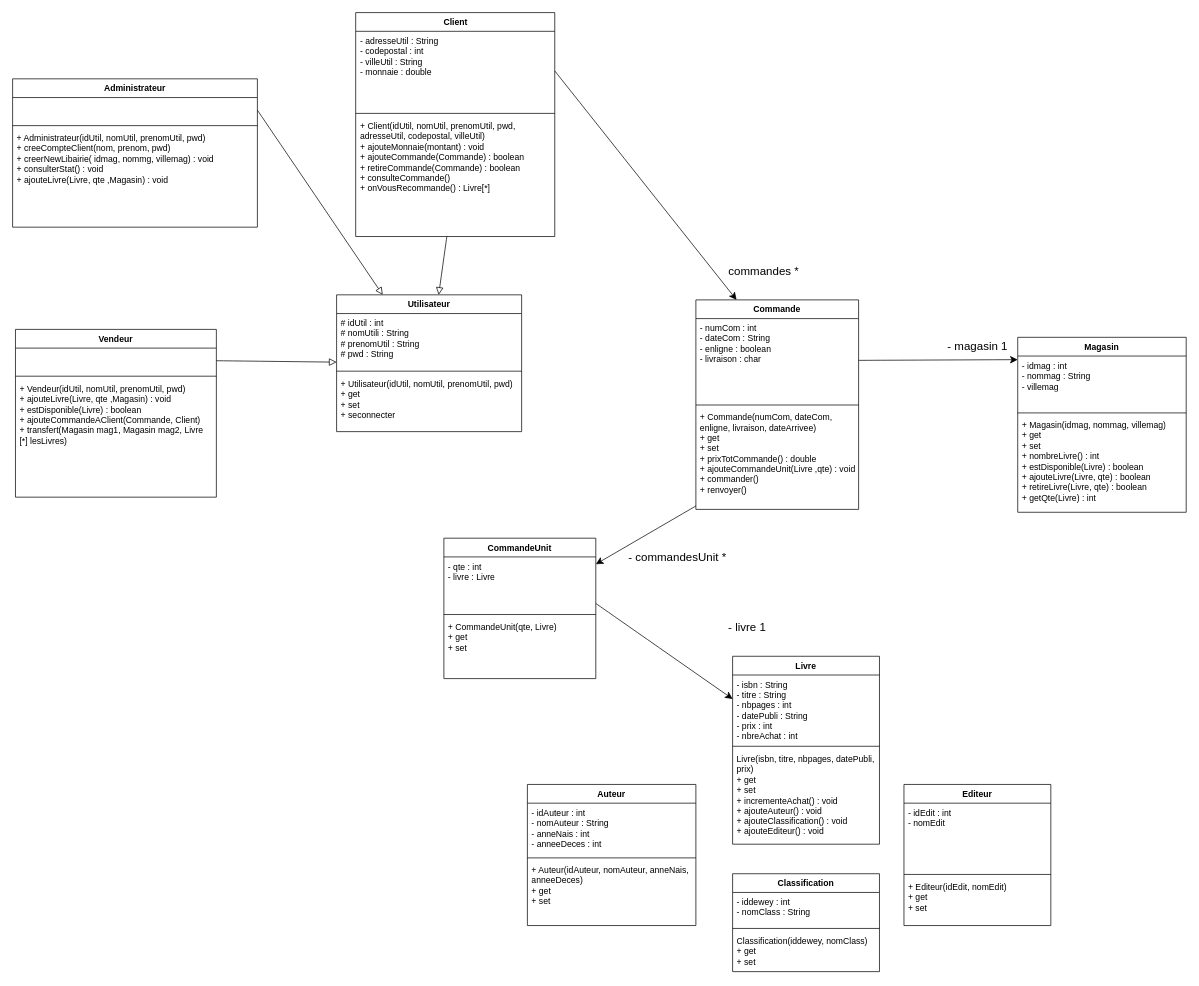
Before: UML.drawio in BastienMonet/SAEjava2.03, a draw.io diagram. Source tidied: cells renumbered, new cells numbered last; positions are measured from the earlier drawing's top-left corner, leaving out a move shared by most shapes. Both pictures are drawn from the tidied source at 72%, with x=0, y=0 at pixel (12, 12).
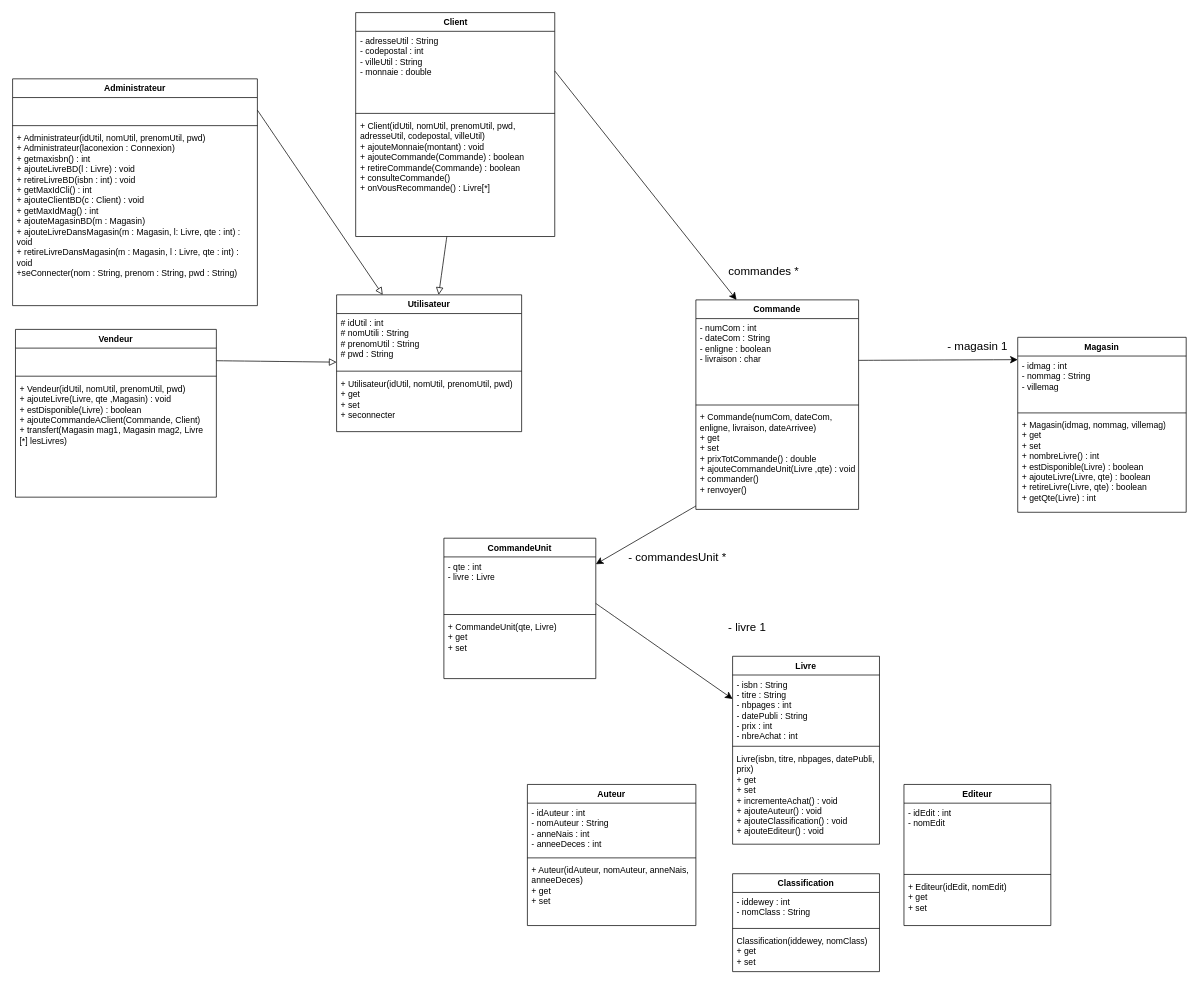
The same page after the edit.

Commit message (it also covers changes not shown here):
ajout de Administrateur dans l'UML

The edit, as a diff of the source:
```diff
@@
     <mxCell id="35" value="Administrateur" style="swimlane;fontStyle=1;align=center;verticalAlign=top;horizontal=1;startSize=26;whiteSpace=wrap;html=1;" parent="1" vertex="1">
-      <mxGeometry y="92" width="340" height="206" as="geometry" />
+      <mxGeometry y="92" width="340" height="315" as="geometry" />
     </mxCell>
@@
-    <mxCell id="38" value="&lt;div&gt;+ Administrateur(idUtil, nomUtil, prenomUtil, pwd)&lt;/div&gt;&lt;div&gt;+ creeCompteClient(nom, prenom, pwd)&lt;/div&gt;&lt;div&gt;+ creerNewLibairie( idmag, nommg, villemag) : void&lt;/div&gt;&lt;div&gt;+ consulterStat() : void&lt;/div&gt;&lt;div&gt;+ ajouteLivre(Livre, qte ,Magasin) : void&lt;/div&gt;" style="text;strokeColor=none;fillColor=none;align=left;verticalAlign=top;spacingLeft=4;spacingRight=4;overflow=hidden;whiteSpace=wrap;html=1;" parent="35" vertex="1">
-      <mxGeometry y="69" width="340" height="137" as="geometry" />
+    <mxCell id="38" value="&lt;div&gt;+ Administrateur(idUtil, nomUtil, prenomUtil, pwd)&lt;/div&gt;&lt;div&gt;+ Administrateur(laconexion : Connexion)&lt;/div&gt;&lt;div&gt;+ getmaxisbn() : int&lt;/div&gt;&lt;div&gt;+ ajouteLivreBD(l : Livre) : void&lt;/div&gt;&lt;div&gt;+ retireLivreBD(isbn : int) : void&lt;/div&gt;&lt;div&gt;+ getMaxIdCli() : int&lt;/div&gt;&lt;div&gt;+ ajouteClientBD(c : Client) : void&lt;/div&gt;&lt;div&gt;+ getMaxIdMag() : int&lt;/div&gt;&lt;div&gt;+ ajouteMagasinBD(m : Magasin)&lt;/div&gt;&lt;div&gt;+ ajouteLivreDansMagasin(m : Magasin, l: Livre, qte : int) : void&lt;/div&gt;&lt;div&gt;+ retireLivreDansMagasin(m : Magasin, l : Livre, qte : int) : void&lt;/div&gt;&lt;div&gt;+seConnecter(nom : String, prenom : String, pwd : String)&lt;/div&gt;&lt;div&gt;&lt;br&gt;&lt;/div&gt;" style="text;strokeColor=none;fillColor=none;align=left;verticalAlign=top;spacingLeft=4;spacingRight=4;overflow=hidden;whiteSpace=wrap;html=1;" parent="35" vertex="1">
+      <mxGeometry y="69" width="340" height="246" as="geometry" />
     </mxCell>
```
